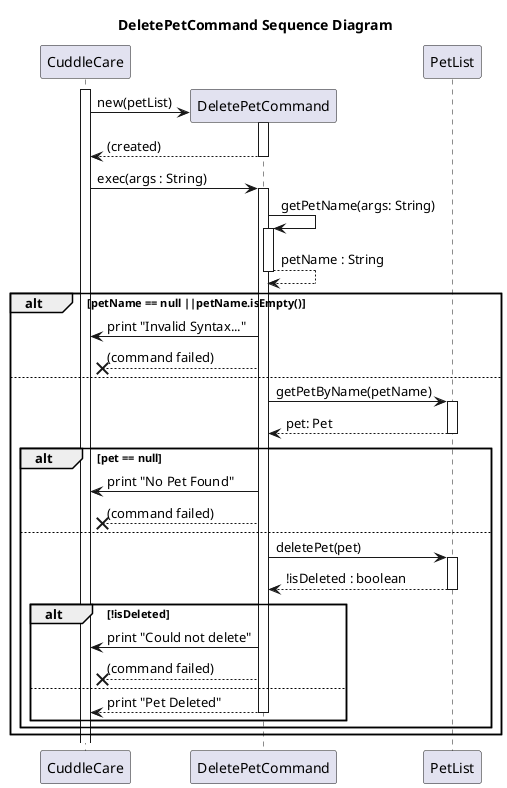
The PlantUML diagram docs/diagrams/DeletePetCommand_Sequence_Diagram.png in Kevin88866/tp, before a commit.
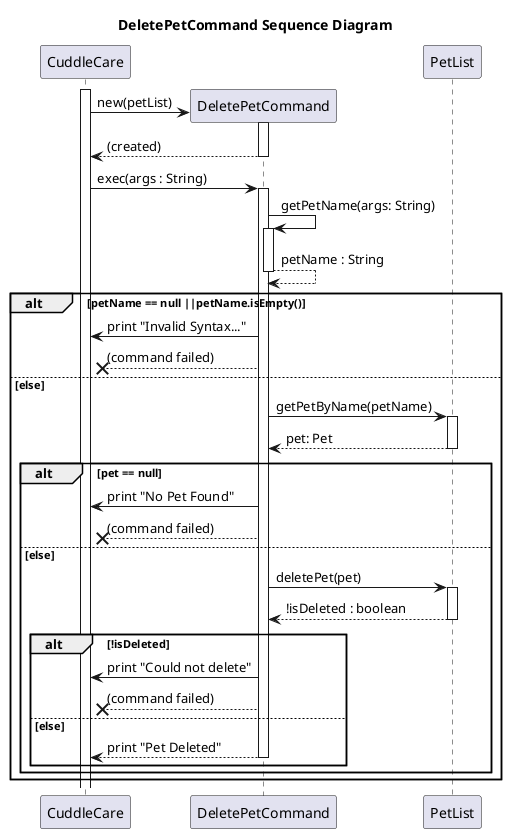
The same file after the commit.

What changed in the source:
```diff
@@ -18,7 +18,7 @@
     DeletePetCommand -> CuddleCare : print "Invalid Syntax..."
     DeletePetCommand --x CuddleCare : (command failed)
 
-else
+else else
     DeletePetCommand -> PetList : getPetByName(petName)
     activate PetList
     return pet: Pet
@@ -27,7 +27,7 @@
         DeletePetCommand -> CuddleCare : print "No Pet Found"
         DeletePetCommand --x CuddleCare : (command failed)
 
-    else
+    else else
         DeletePetCommand -> PetList : deletePet(pet)
         activate PetList
         return !isDeleted : boolean
@@ -36,7 +36,7 @@
             DeletePetCommand -> CuddleCare : print "Could not delete"
             DeletePetCommand --x CuddleCare : (command failed)
 
-        else
+        else else
             return print "Pet Deleted"
         end
 
```
